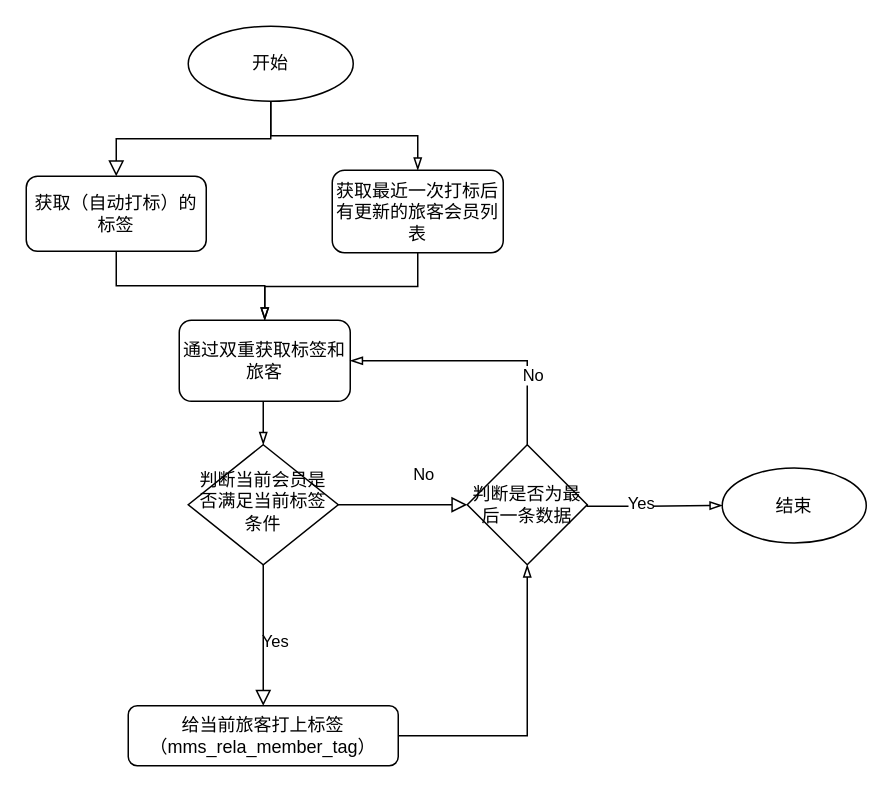
Before: 自动打标流程图.drawio in yang981209/gitskills, a draw.io diagram. Source tidied: cells renumbered, new cells numbered last; positions are measured from the earlier drawing's top-left corner, leaving out a move shared by most shapes. Both pictures are drawn from the tidied source at 150%, with x=0, y=0 at pixel (26, 26).
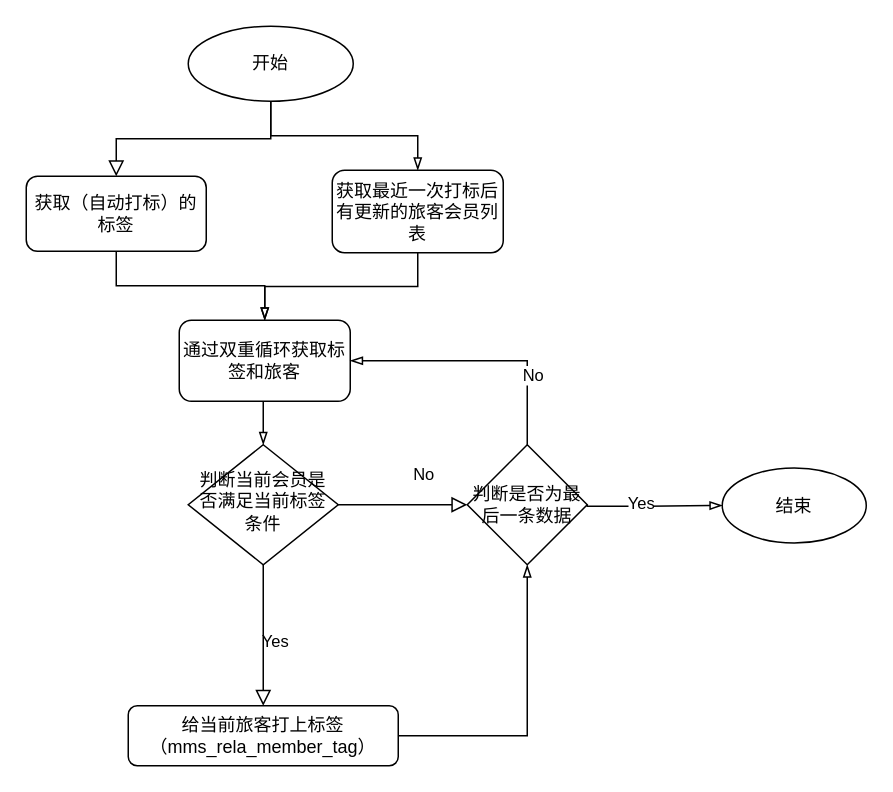
The same page after the edit.

Commit message (it also covers changes not shown here):
更新自动打标流程图.drawio

Diff of the diagram source:
```diff
@@
-    <mxCell id="13" value="通过双重获取标签和旅客" style="rounded=1;whiteSpace=wrap;html=1;gradientColor=none;" parent="1" vertex="1">
+    <mxCell id="13" value="通过双重循环获取标签和旅客" style="rounded=1;whiteSpace=wrap;html=1;gradientColor=none;" parent="1" vertex="1">
       <mxGeometry x="102" y="196" width="114" height="54" as="geometry" />
     </mxCell>
```
